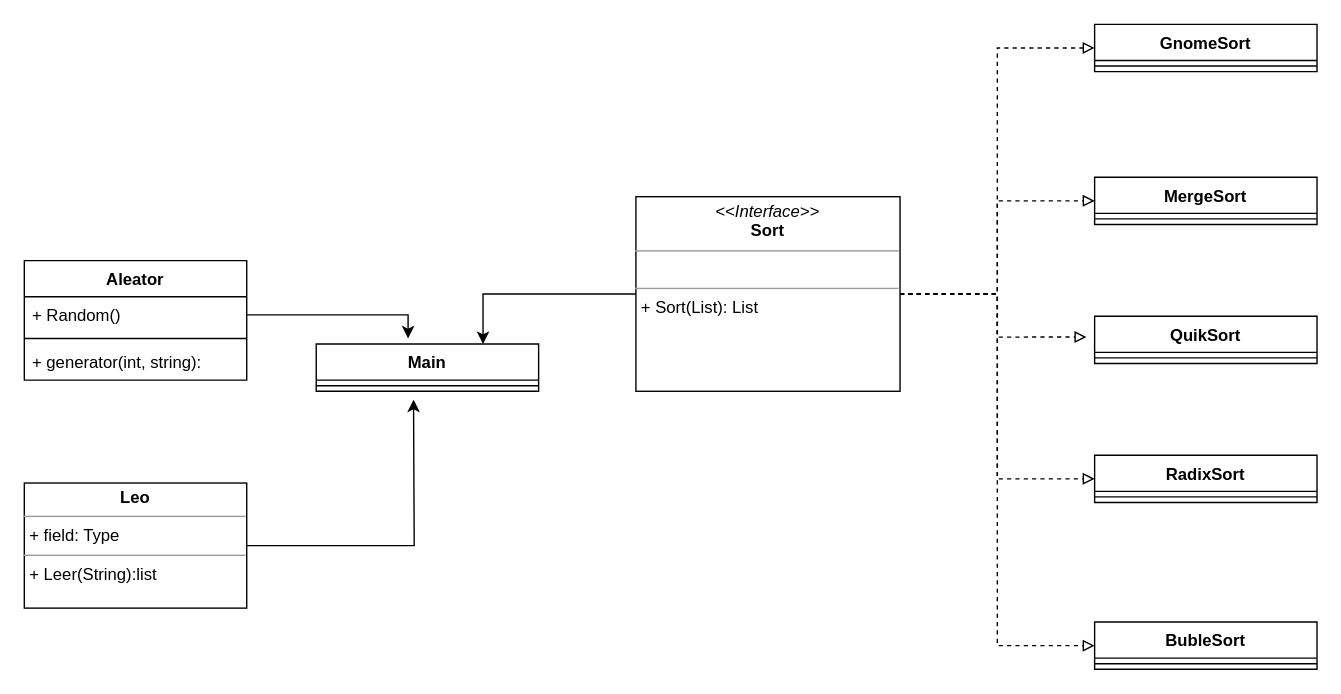
JusSolo/hdt3_sort keeps this draw.io diagram as Diagrama sin título.drawio. Above is the earlier version. Source tidied: cells renumbered, new cells numbered last; positions are measured from the earlier drawing's top-left corner, leaving out a move shared by most shapes. Both pictures are drawn from the tidied source at 139%, with x=0, y=0 at pixel (24, 24).
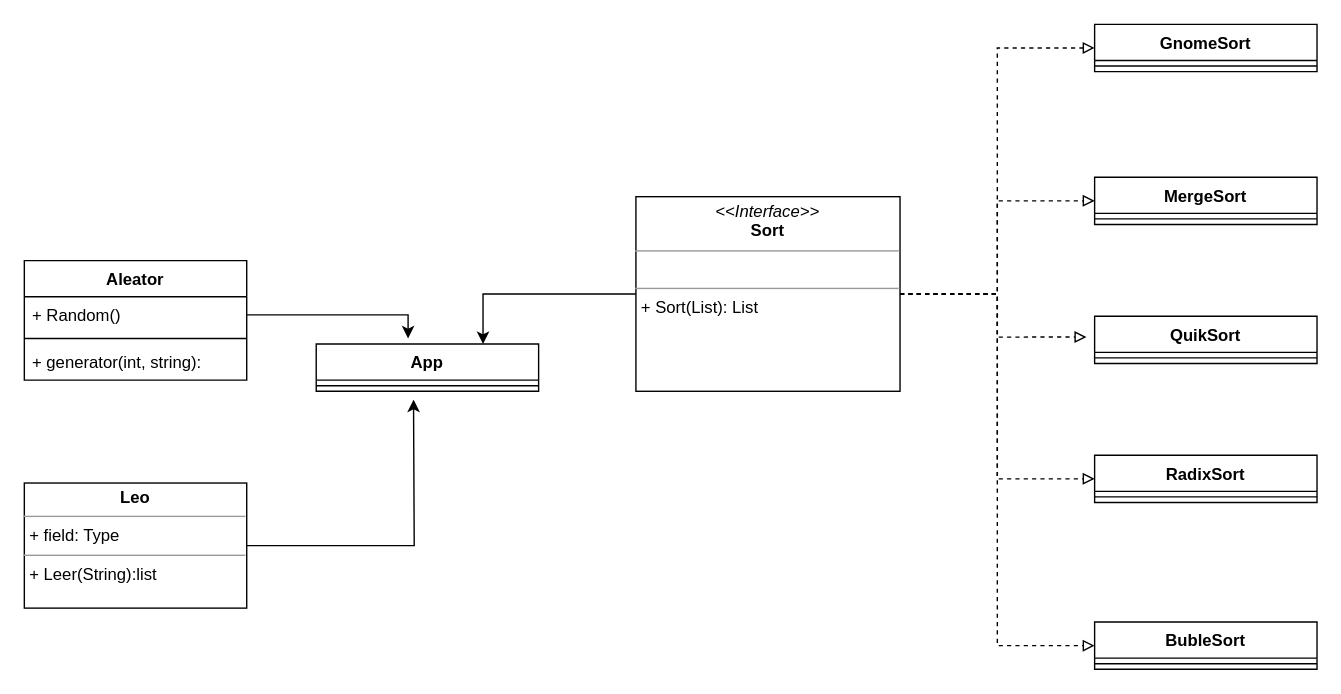
The same diagram, later.

The edit, as a diff of the source:
```diff
@@
-    <mxCell id="25" value="Main" style="swimlane;fontStyle=1;align=center;verticalAlign=top;horizontal=1;startSize=26;whiteSpace=wrap;html=1;" parent="1" vertex="1">
+    <mxCell id="25" value="App" style="swimlane;fontStyle=1;align=center;verticalAlign=top;horizontal=1;startSize=26;whiteSpace=wrap;html=1;" parent="1" vertex="1">
       <mxGeometry x="210" y="230" width="160" height="34" as="geometry" />
     </mxCell>
```
